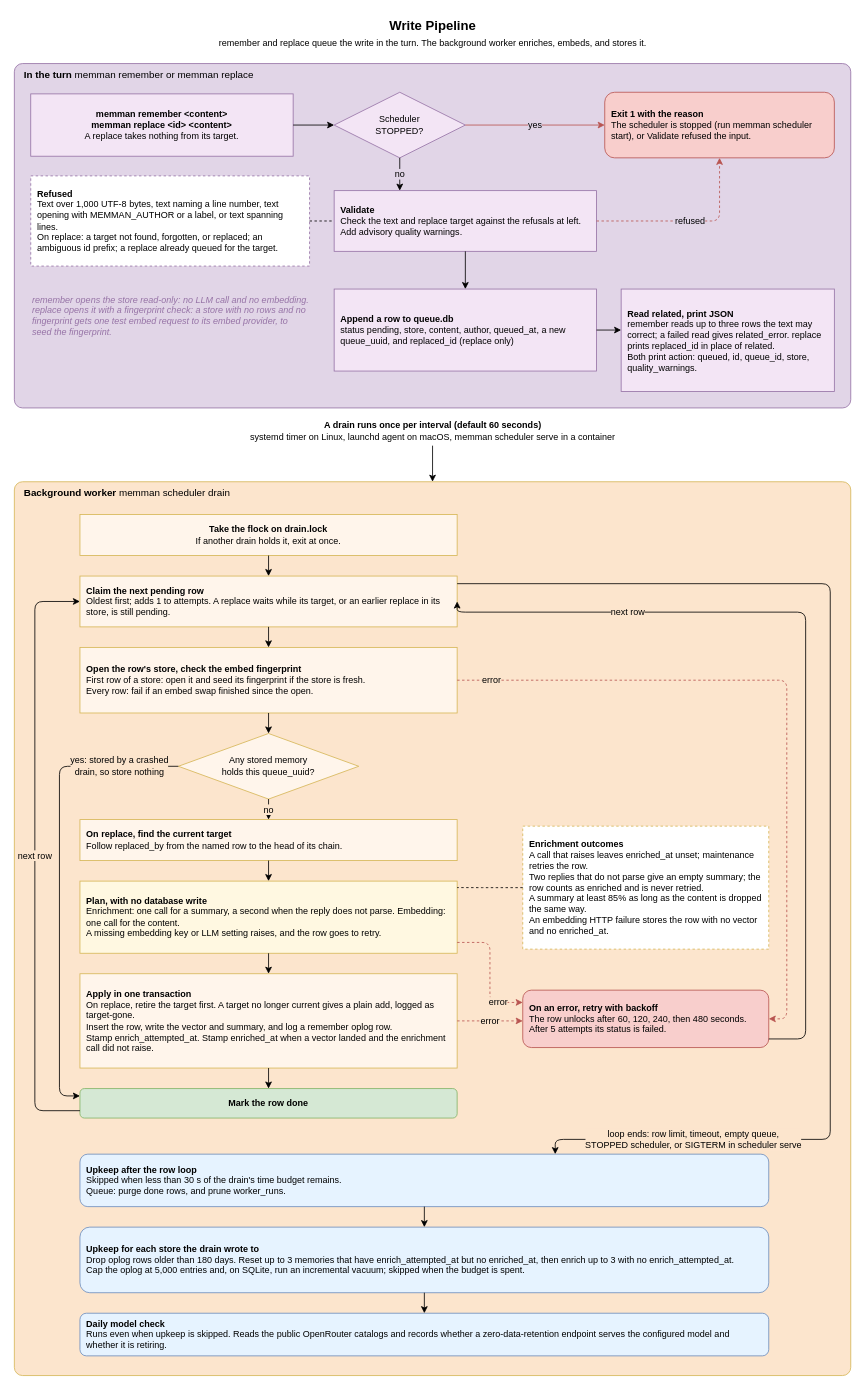
Above: docs/diagrams/04-remember-pipeline.drawio in bissli/memman (draw.io), before the change. Source tidied: cells renumbered, new cells numbered last; positions are measured from the earlier drawing's top-left corner, leaving out a move shared by most shapes. Both pictures are drawn from the tidied source at 82%, with x=0, y=0 at pixel (14, 14).
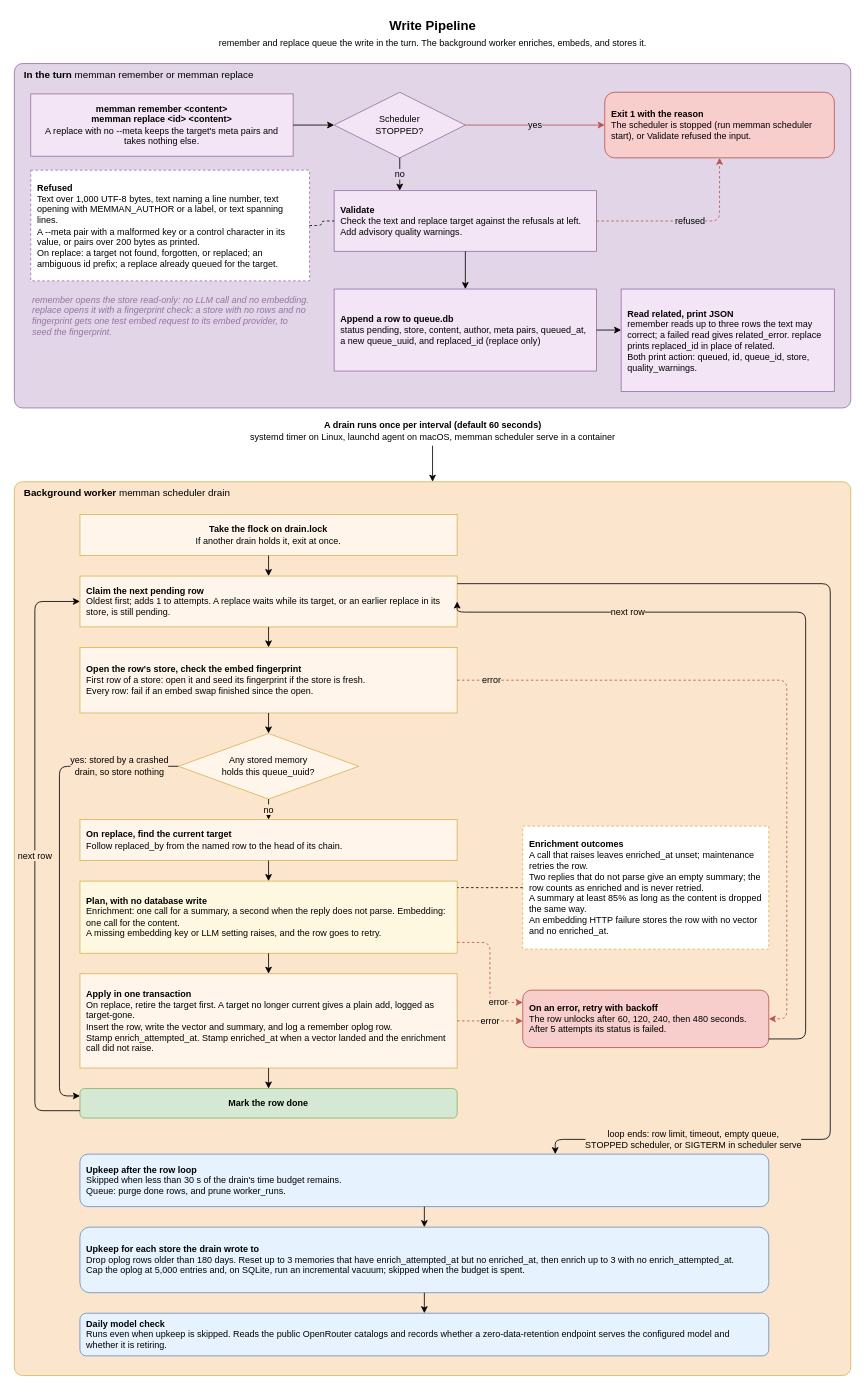
After the change.

Change to the diagram source:
```diff
@@
-    <mxCell id="4" value="&lt;b&gt;memman remember &amp;lt;content&amp;gt;&lt;br&gt;memman replace &amp;lt;id&amp;gt; &amp;lt;content&amp;gt;&lt;/b&gt;&lt;br&gt;A replace takes nothing from its target." style="rounded=0;whiteSpace=wrap;html=1;fillColor=#F3E5F5;strokeColor=#9673a6;fontSize=11;align=center;spacingLeft=6;spacingRight=6;" parent="1" vertex="1">
+    <mxCell id="4" value="&lt;b&gt;memman remember &amp;lt;content&amp;gt;&lt;br&gt;memman replace &amp;lt;id&amp;gt; &amp;lt;content&amp;gt;&lt;/b&gt;&lt;br&gt;A replace with no --meta keeps the target's meta pairs and takes nothing else." style="rounded=0;whiteSpace=wrap;html=1;fillColor=#F3E5F5;strokeColor=#9673a6;fontSize=11;align=center;spacingLeft=6;spacingRight=6;" parent="1" vertex="1">
       <mxGeometry x="20" y="97" width="320" height="76" as="geometry" />
     </mxCell>
@@
-    <mxCell id="8" value="&lt;b&gt;Refused&lt;/b&gt;&lt;br&gt;Text over 1,000 UTF-8 bytes, text naming a line number, text opening with MEMMAN_AUTHOR or a label, or text spanning lines.&lt;br&gt;On replace: a target not found, forgotten, or replaced; an ambiguous id prefix; a replace already queued for the target." style="rounded=0;whiteSpace=wrap;html=1;fillColor=#ffffff;strokeColor=#9673a6;fontSize=11;align=left;spacingLeft=6;spacingRight=6;dashed=1;" parent="1" vertex="1">
-      <mxGeometry x="20" y="197" width="340" height="110" as="geometry" />
+    <mxCell id="8" value="&lt;b&gt;Refused&lt;/b&gt;&lt;br&gt;Text over 1,000 UTF-8 bytes, text naming a line number, text opening with MEMMAN_AUTHOR or a label, or text spanning lines.&lt;br&gt;A --meta pair with a malformed key or a control character in its value, or pairs over 200 bytes as printed.&lt;br&gt;On replace: a target not found, forgotten, or replaced; an ambiguous id prefix; a replace already queued for the target." style="rounded=0;whiteSpace=wrap;html=1;fillColor=#ffffff;strokeColor=#9673a6;fontSize=11;align=left;spacingLeft=6;spacingRight=6;dashed=1;" parent="1" vertex="1">
+      <mxGeometry x="20" y="190" width="340" height="135" as="geometry" />
     </mxCell>
-    <mxCell id="9" value="&lt;b&gt;Append a row to queue.db&lt;/b&gt;&lt;br&gt;status pending, store, content, author, queued_at, a new queue_uuid, and replaced_id (replace only)" style="rounded=0;whiteSpace=wrap;html=1;fillColor=#F3E5F5;strokeColor=#9673a6;fontSize=11;align=left;spacingLeft=6;spacingRight=6;" parent="1" vertex="1">
+    <mxCell id="9" value="&lt;b&gt;Append a row to queue.db&lt;/b&gt;&lt;br&gt;status pending, store, content, author, meta pairs, queued_at, a new queue_uuid, and replaced_id (replace only)" style="rounded=0;whiteSpace=wrap;html=1;fillColor=#F3E5F5;strokeColor=#9673a6;fontSize=11;align=left;spacingLeft=6;spacingRight=6;" parent="1" vertex="1">
       <mxGeometry x="390" y="335" width="320" height="100" as="geometry" />
     </mxCell>
```
